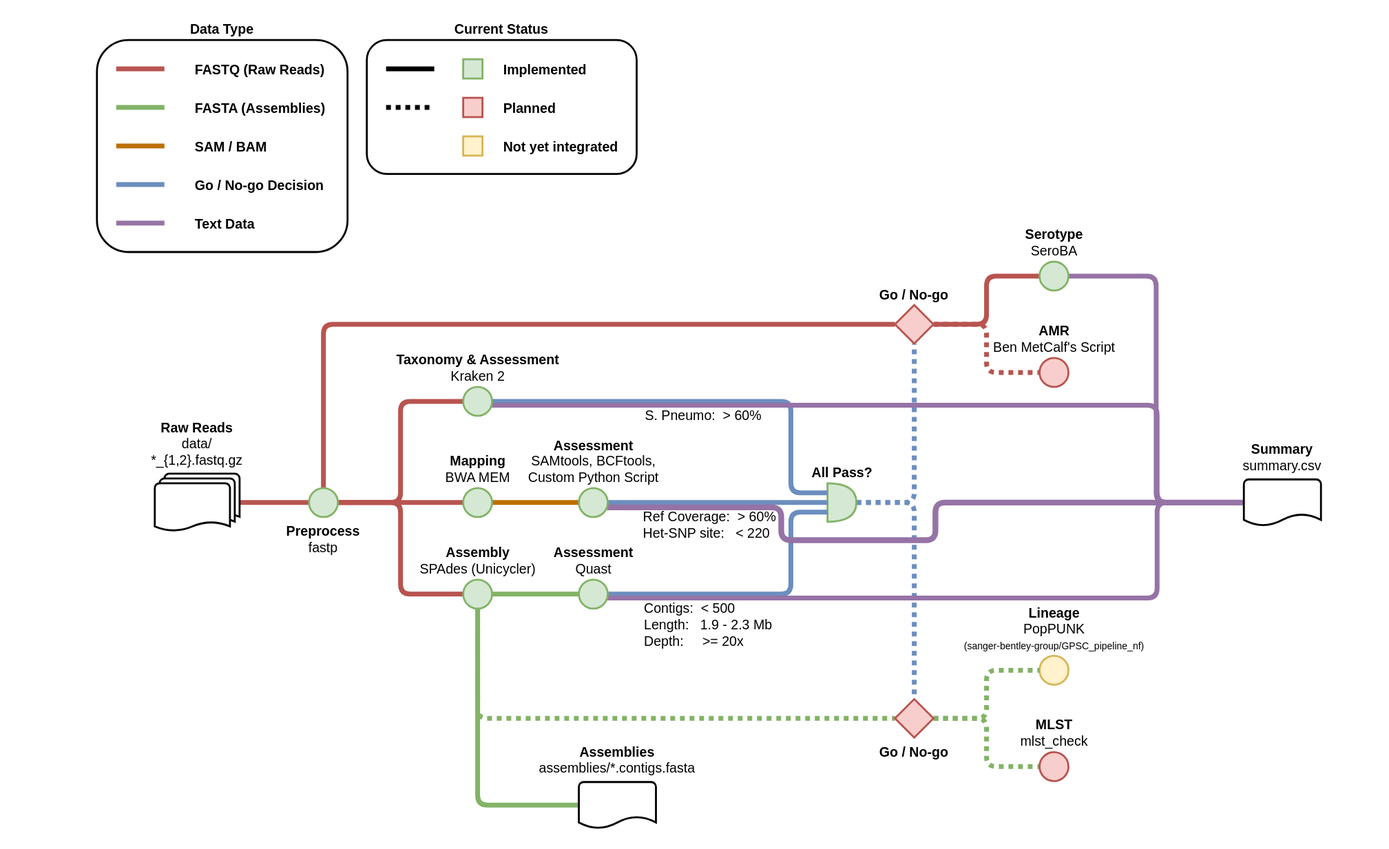
The draw.io diagram doc/workflow.drawio.svg in sanger-bentley-group/gps-pipeline, before a commit. Source tidied: cells renumbered, new cells last; positions are measured from the earlier drawing's top-left corner, leaving out a move shared by most shapes.
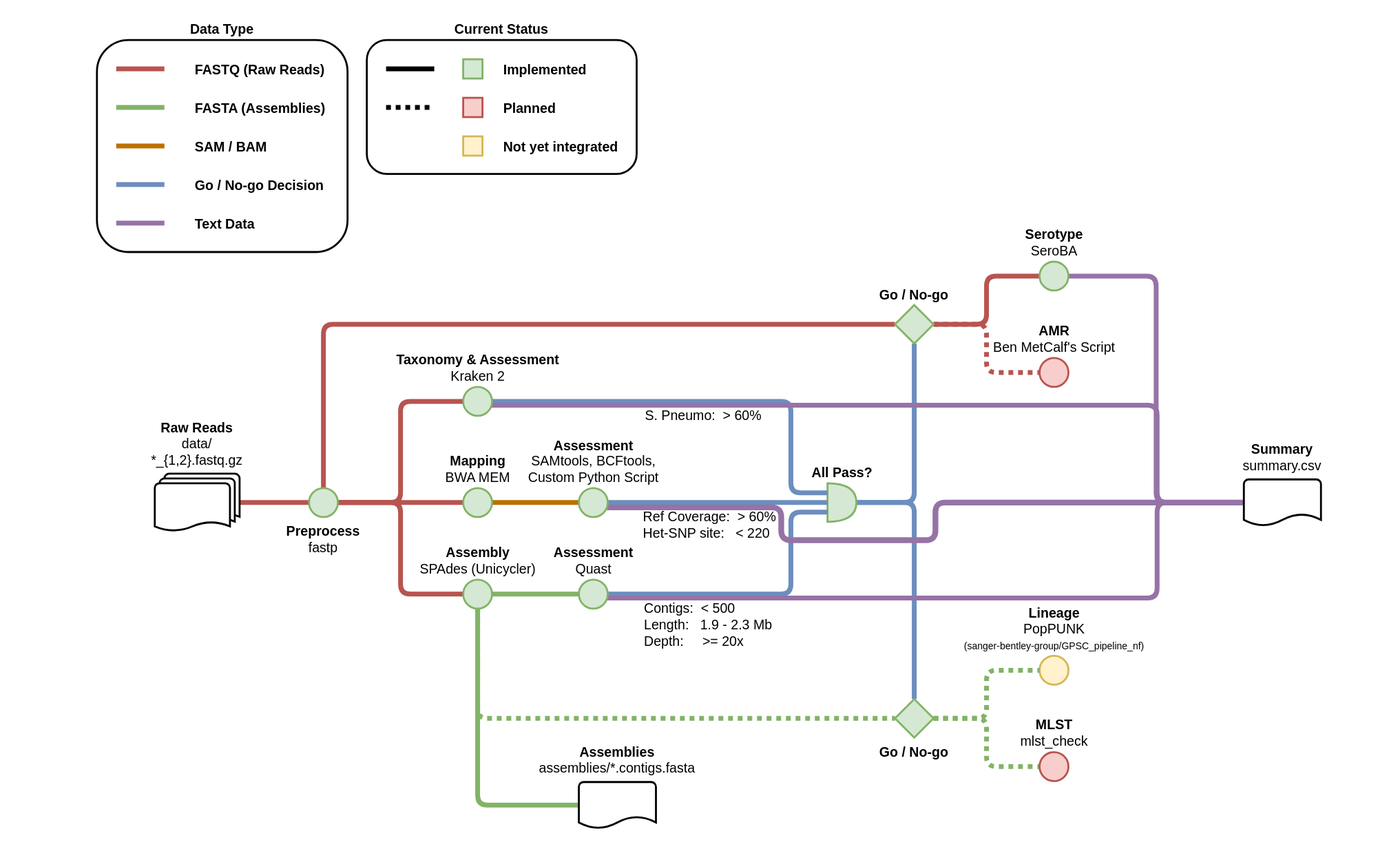
Later version of the same file.

What changed in the source:
```diff
@@ -59,10 +59,10 @@
     <mxCell id="17" value="&lt;b style=&quot;font-size: 14px&quot;&gt;Mapping&lt;/b&gt;&lt;br style=&quot;font-size: 14px&quot;&gt;BWA MEM" style="ellipse;html=1;strokeWidth=2;labelPosition=center;verticalLabelPosition=top;align=center;verticalAlign=bottom;fillColor=#d5e8d4;strokeColor=#82b366;rounded=1;fontSize=14;" parent="1" vertex="1">
       <mxGeometry x="480" y="506" width="30" height="30" as="geometry" />
     </mxCell>
-    <mxCell id="18" style="edgeStyle=orthogonalEdgeStyle;rounded=1;jettySize=auto;html=1;entryX=0.5;entryY=1;entryDx=0;entryDy=0;entryPerimeter=0;dashed=1;dashPattern=1 1;strokeWidth=5;endArrow=none;endFill=0;fillColor=#dae8fc;strokeColor=#6c8ebf;" parent="1" edge="1" source="20" target="44">
+    <mxCell id="18" style="edgeStyle=orthogonalEdgeStyle;rounded=1;jettySize=auto;html=1;entryX=0.5;entryY=1;entryDx=0;entryDy=0;entryPerimeter=0;strokeWidth=5;endArrow=none;endFill=0;fillColor=#dae8fc;strokeColor=#6c8ebf;" parent="1" edge="1" source="20" target="44">
       <mxGeometry relative="1" as="geometry" />
     </mxCell>
-    <mxCell id="19" style="edgeStyle=orthogonalEdgeStyle;rounded=1;jettySize=auto;html=1;entryX=0.5;entryY=0;entryDx=0;entryDy=0;entryPerimeter=0;dashed=1;dashPattern=1 1;strokeWidth=5;endArrow=none;endFill=0;fillColor=#dae8fc;strokeColor=#6c8ebf;" parent="1" edge="1" source="20" target="49">
+    <mxCell id="19" style="edgeStyle=orthogonalEdgeStyle;rounded=1;jettySize=auto;html=1;entryX=0.5;entryY=0;entryDx=0;entryDy=0;entryPerimeter=0;strokeWidth=5;endArrow=none;endFill=0;fillColor=#dae8fc;strokeColor=#6c8ebf;" parent="1" edge="1" source="20" target="49">
       <mxGeometry relative="1" as="geometry" />
     </mxCell>
     <mxCell id="20" value="&lt;b style=&quot;font-size: 14px;&quot;&gt;All Pass?&lt;/b&gt;" style="shape=or;html=1;strokeWidth=2;labelPosition=center;verticalLabelPosition=top;align=center;verticalAlign=bottom;fillColor=#d5e8d4;strokeColor=#82b366;rounded=1;fontSize=14;" parent="1" vertex="1">
@@ -195,7 +195,7 @@
     <mxCell id="43" style="edgeStyle=orthogonalEdgeStyle;rounded=1;jettySize=auto;html=1;entryX=0;entryY=0.5;entryDx=0;entryDy=0;dashed=1;dashPattern=1 1;strokeWidth=5;endArrow=none;endFill=0;fillColor=#f8cecc;strokeColor=#b85450;" parent="1" edge="1" source="44" target="50">
       <mxGeometry relative="1" as="geometry" />
     </mxCell>
-    <mxCell id="44" value="Go / No-go" style="strokeWidth=2;shape=mxgraph.flowchart.decision;fillColor=#f8cecc;strokeColor=#b85450;labelPosition=center;verticalLabelPosition=top;align=center;verticalAlign=bottom;fontStyle=1;rounded=1;fontSize=14;" parent="1" vertex="1">
+    <mxCell id="44" value="Go / No-go" style="strokeWidth=2;shape=mxgraph.flowchart.decision;fillColor=#d5e8d4;strokeColor=#82b366;labelPosition=center;verticalLabelPosition=top;align=center;verticalAlign=bottom;fontStyle=1;rounded=1;fontSize=14;" parent="1" vertex="1">
       <mxGeometry x="928" y="316" width="40" height="40" as="geometry" />
     </mxCell>
     <mxCell id="45" style="edgeStyle=orthogonalEdgeStyle;rounded=1;jettySize=auto;html=1;entryX=0;entryY=0.5;entryDx=0;entryDy=0;entryPerimeter=0;strokeWidth=5;endArrow=none;endFill=0;fillColor=#e1d5e7;strokeColor=#9673a6;" parent="1" edge="1" source="46" target="53">
@@ -210,7 +210,7 @@
     <mxCell id="48" style="edgeStyle=orthogonalEdgeStyle;rounded=1;jettySize=auto;html=1;entryX=0;entryY=0.5;entryDx=0;entryDy=0;endArrow=none;endFill=0;fillColor=#d5e8d4;strokeColor=#82b366;strokeWidth=5;dashed=1;dashPattern=1 1;" parent="1" edge="1" source="49" target="63">
       <mxGeometry relative="1" as="geometry" />
     </mxCell>
-    <mxCell id="49" value="Go / No-go" style="strokeWidth=2;shape=mxgraph.flowchart.decision;fillColor=#f8cecc;strokeColor=#b85450;labelPosition=center;verticalLabelPosition=bottom;align=center;verticalAlign=top;fontStyle=1;rounded=1;fontSize=14;" parent="1" vertex="1">
+    <mxCell id="49" value="Go / No-go" style="strokeWidth=2;shape=mxgraph.flowchart.decision;fillColor=#d5e8d4;strokeColor=#82b366;labelPosition=center;verticalLabelPosition=bottom;align=center;verticalAlign=top;fontStyle=1;rounded=1;fontSize=14;" parent="1" vertex="1">
       <mxGeometry x="928" y="725" width="40" height="40" as="geometry" />
     </mxCell>
     <mxCell id="50" value="&lt;b style=&quot;font-size: 14px;&quot;&gt;AMR&lt;/b&gt;&lt;br style=&quot;font-size: 14px;&quot;&gt;Ben MetCalf's Script" style="ellipse;html=1;strokeWidth=2;labelPosition=center;verticalLabelPosition=top;align=center;verticalAlign=bottom;fillColor=#f8cecc;strokeColor=#b85450;rounded=1;fontSize=14;" parent="1" vertex="1">
```
